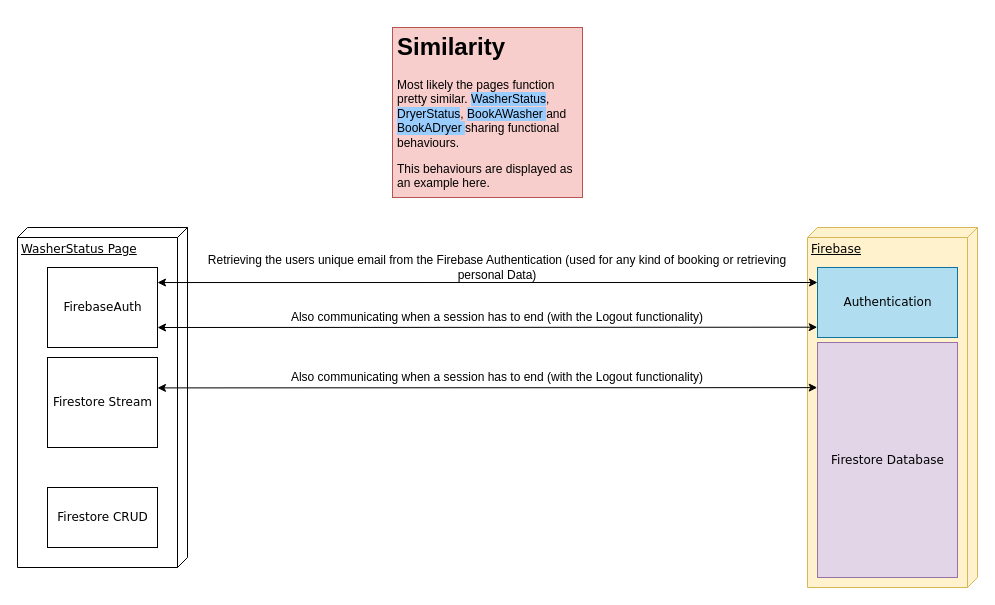
Above: UML Diagramme/FlutterFunctionComponent.drawio in PriXss/UMLDiagramme (draw.io), before the change. Source tidied: cells renumbered, new cells numbered last; positions are measured from the earlier drawing's top-left corner, leaving out a move shared by most shapes. Both pictures are drawn from the tidied source at 100%, with x=0, y=0 at pixel (17, 27).
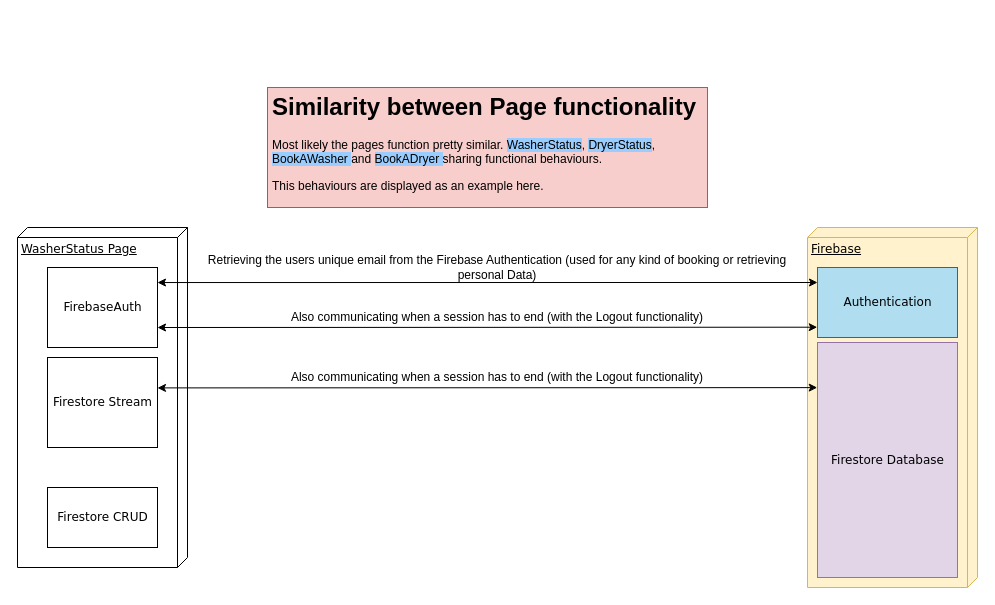
Above is the later version.

The edit, as a diff of the source:
```diff
@@
 <mxGraphModel>
   <root>
     <mxCell id="0" />
     <mxCell id="1" parent="0" />
     <mxCell id="2" value="WasherStatus Page" style="verticalAlign=top;align=left;spacingTop=8;spacingLeft=2;spacingRight=12;shape=cube;size=10;direction=south;fontStyle=4;html=1;rounded=0;shadow=0;comic=0;labelBackgroundColor=none;strokeWidth=1;fontFamily=Verdana;fontSize=12;" parent="1" vertex="1">
       <mxGeometry y="200" width="170" height="340" as="geometry" />
     </mxCell>
     <mxCell id="3" value="FirebaseAuth" style="html=1;rounded=0;shadow=0;comic=0;labelBackgroundColor=none;strokeWidth=1;fontFamily=Verdana;fontSize=12;align=center;" parent="1" vertex="1">
       <mxGeometry x="30" y="240" width="110" height="80" as="geometry" />
     </mxCell>
     <mxCell id="4" value="Firestore Stream&lt;br&gt;" style="html=1;rounded=0;shadow=0;comic=0;labelBackgroundColor=none;strokeWidth=1;fontFamily=Verdana;fontSize=12;align=center;" parent="1" vertex="1">
       <mxGeometry x="30" y="330" width="110" height="90" as="geometry" />
     </mxCell>
     <mxCell id="5" value="Firestore CRUD" style="html=1;rounded=0;shadow=0;comic=0;labelBackgroundColor=none;strokeWidth=1;fontFamily=Verdana;fontSize=12;align=center;" parent="1" vertex="1">
       <mxGeometry x="30" y="460" width="110" height="60" as="geometry" />
     </mxCell>
     <mxCell id="6" value="Firebase" style="verticalAlign=top;align=left;spacingTop=8;spacingLeft=2;spacingRight=12;shape=cube;size=10;direction=south;fontStyle=4;html=1;rounded=0;shadow=0;comic=0;labelBackgroundColor=none;strokeWidth=1;fontFamily=Verdana;fontSize=12;fillColor=#fff2cc;strokeColor=#d6b656;" parent="1" vertex="1">
       <mxGeometry x="790" y="200" width="170" height="360" as="geometry" />
     </mxCell>
     <mxCell id="7" value="Authentication" style="html=1;rounded=0;shadow=0;comic=0;labelBackgroundColor=none;strokeWidth=1;fontFamily=Verdana;fontSize=12;align=center;fillColor=#b1ddf0;strokeColor=#10739e;" parent="1" vertex="1">
       <mxGeometry x="800" y="240" width="140" height="70" as="geometry" />
     </mxCell>
-    <mxCell id="8" value="&lt;h1&gt;Similarity&lt;/h1&gt;&lt;p&gt;Most likely the pages function pretty similar. &lt;span style=&quot;background-color: rgb(153, 204, 255);&quot;&gt;WasherStatus&lt;/span&gt;, &lt;span style=&quot;background-color: rgb(153, 204, 255);&quot;&gt;DryerStatus&lt;/span&gt;, &lt;span style=&quot;background-color: rgb(153, 204, 255);&quot;&gt;BookAWasher &lt;/span&gt;and &lt;span style=&quot;background-color: rgb(153, 204, 255);&quot;&gt;BookADryer &lt;/span&gt;sharing functional behaviours.&amp;nbsp;&lt;/p&gt;&lt;p&gt;This behaviours are displayed as an example here.&lt;/p&gt;" style="text;html=1;strokeColor=#b85450;fillColor=#f8cecc;spacing=5;spacingTop=-20;whiteSpace=wrap;overflow=hidden;rounded=0;" parent="1" vertex="1">
-      <mxGeometry x="375" width="190" height="170" as="geometry" />
+    <mxCell id="8" value="&lt;h1&gt;Similarity between Page functionality&lt;/h1&gt;&lt;p&gt;Most likely the pages function pretty similar. &lt;span style=&quot;background-color: rgb(153, 204, 255);&quot;&gt;WasherStatus&lt;/span&gt;, &lt;span style=&quot;background-color: rgb(153, 204, 255);&quot;&gt;DryerStatus&lt;/span&gt;, &lt;span style=&quot;background-color: rgb(153, 204, 255);&quot;&gt;BookAWasher &lt;/span&gt;and &lt;span style=&quot;background-color: rgb(153, 204, 255);&quot;&gt;BookADryer &lt;/span&gt;sharing functional behaviours.&amp;nbsp;&lt;/p&gt;&lt;p&gt;This behaviours are displayed as an example here.&lt;/p&gt;" style="text;html=1;strokeColor=#b85450;fillColor=#f8cecc;spacing=5;spacingTop=-20;whiteSpace=wrap;overflow=hidden;rounded=0;" parent="1" vertex="1">
+      <mxGeometry x="250" y="60" width="440" height="120" as="geometry" />
     </mxCell>
     <mxCell id="9" value="Firestore Database" style="html=1;rounded=0;shadow=0;comic=0;labelBackgroundColor=none;strokeWidth=1;fontFamily=Verdana;fontSize=12;align=center;fillColor=#e1d5e7;strokeColor=#9673a6;" parent="1" vertex="1">
       <mxGeometry x="800" y="315" width="140" height="235" as="geometry" />
     </mxCell>
     <mxCell id="10" style="endArrow=classic;startArrow=classic;html=1;rounded=0;exitX=1;exitY=0.188;exitDx=0;exitDy=0;exitPerimeter=0;" parent="1" edge="1" source="3">
       <mxGeometry relative="1" as="geometry">
         <mxPoint x="800" y="255" as="targetPoint" />
       </mxGeometry>
     </mxCell>
     <mxCell id="11" value="&lt;span style=&quot;&quot;&gt;Retrieving the users unique email from the Firebase Authentication (used for any kind of booking or retrieving personal Data)&lt;/span&gt;" style="text;html=1;strokeColor=none;fillColor=none;align=center;verticalAlign=middle;whiteSpace=wrap;rounded=0;labelBackgroundColor=none;" parent="1" vertex="1">
       <mxGeometry x="170" y="220" width="620" height="40" as="geometry" />
     </mxCell>
     <mxCell id="12" style="endArrow=classic;startArrow=classic;html=1;rounded=0;entryX=-0.002;entryY=0.853;entryDx=0;entryDy=0;exitX=1;exitY=0;exitDx=0;exitDy=0;entryPerimeter=0;" parent="1" edge="1" target="7">
       <mxGeometry relative="1" as="geometry">
         <mxPoint x="140" y="300" as="sourcePoint" />
       </mxGeometry>
     </mxCell>
     <mxCell id="13" value="&lt;span style=&quot;&quot;&gt;Also communicating when a session has to end (with the Logout functionality)&lt;/span&gt;" style="text;html=1;strokeColor=none;fillColor=none;align=center;verticalAlign=middle;whiteSpace=wrap;rounded=0;labelBackgroundColor=none;" parent="1" vertex="1">
       <mxGeometry x="170" y="270" width="620" height="40" as="geometry" />
     </mxCell>
     <mxCell id="14" style="endArrow=classic;startArrow=classic;html=1;rounded=0;entryX=-0.002;entryY=0.192;entryDx=0;entryDy=0;exitX=1;exitY=0;exitDx=0;exitDy=0;entryPerimeter=0;" parent="1" edge="1" target="9">
       <mxGeometry relative="1" as="geometry">
         <mxPoint x="140" y="360.4" as="sourcePoint" />
       </mxGeometry>
     </mxCell>
     <mxCell id="15" value="&lt;span style=&quot;&quot;&gt;Also communicating when a session has to end (with the Logout functionality)&lt;/span&gt;" style="text;html=1;strokeColor=none;fillColor=none;align=center;verticalAlign=middle;whiteSpace=wrap;rounded=0;labelBackgroundColor=none;" parent="1" vertex="1">
       <mxGeometry x="170" y="330" width="620" height="40" as="geometry" />
     </mxCell>
   </root>
 </mxGraphModel>
```
